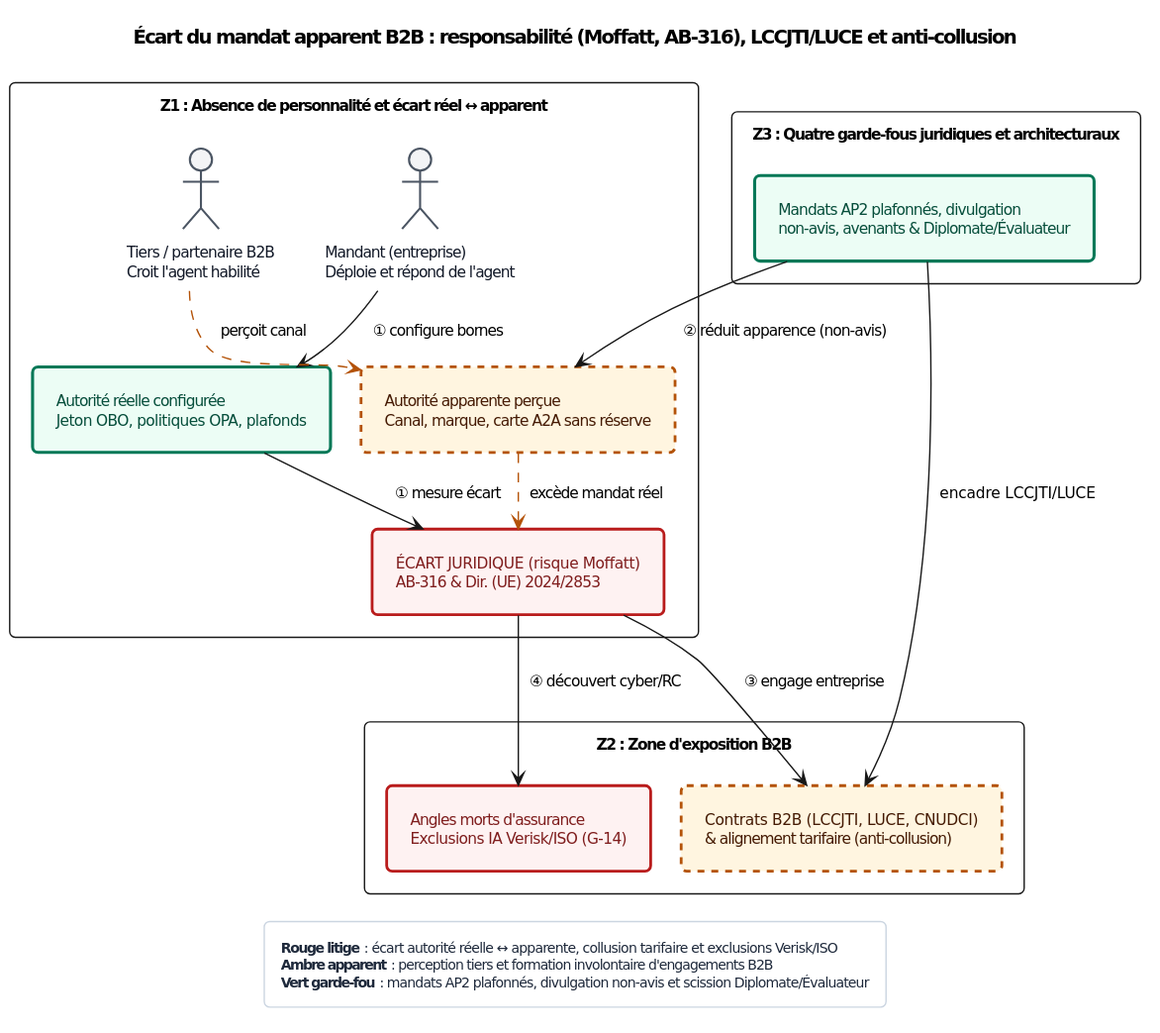
Before: Compendium/ouvrage/schemas/rendus/SCH-27-03.svg, a diagram exported from PlantUML (agbruneau/Agentique).
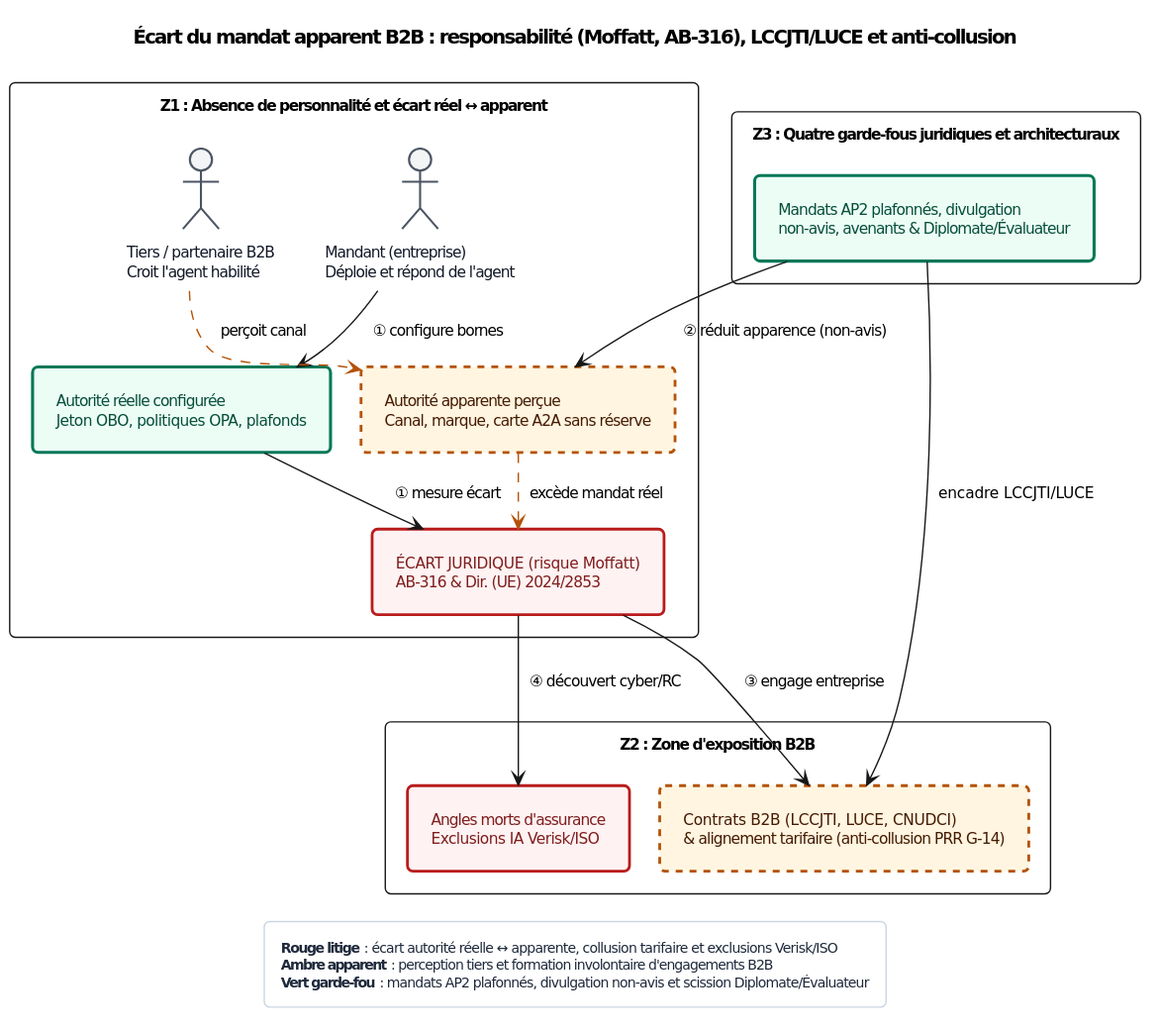
After the change.

The edit, as a diff of the source:
```diff
@@ -67,8 +67,8 @@
   actor "Tiers / partenaire B2B\nCroit l'agent habilité" as TIERS <<ext>>
 }
 package "Z2 : Zone d'exposition B2B" {
-  rectangle "Contrats B2B (LCCJTI, LUCE, CNUDCI)\n& alignement tarifaire (anti-collusion)" as B2B <<prob>>
-  rectangle "Angles morts d'assurance\nExclusions IA Verisk/ISO (G-14)" as ASSUR <<danger>>
+  rectangle "Contrats B2B (LCCJTI, LUCE, CNUDCI)\n& alignement tarifaire (anti-collusion PRR G-14)" as B2B <<prob>>
+  rectangle "Angles morts d'assurance\nExclusions IA Verisk/ISO" as ASSUR <<danger>>
 }
 package "Z3 : Quatre garde-fous juridiques et architecturaux" {
   rectangle "Mandats AP2 plafonnés, divulgation\nnon-avis, avenants & Diplomate/Évaluateur" as GUARD <<ok>>
```
